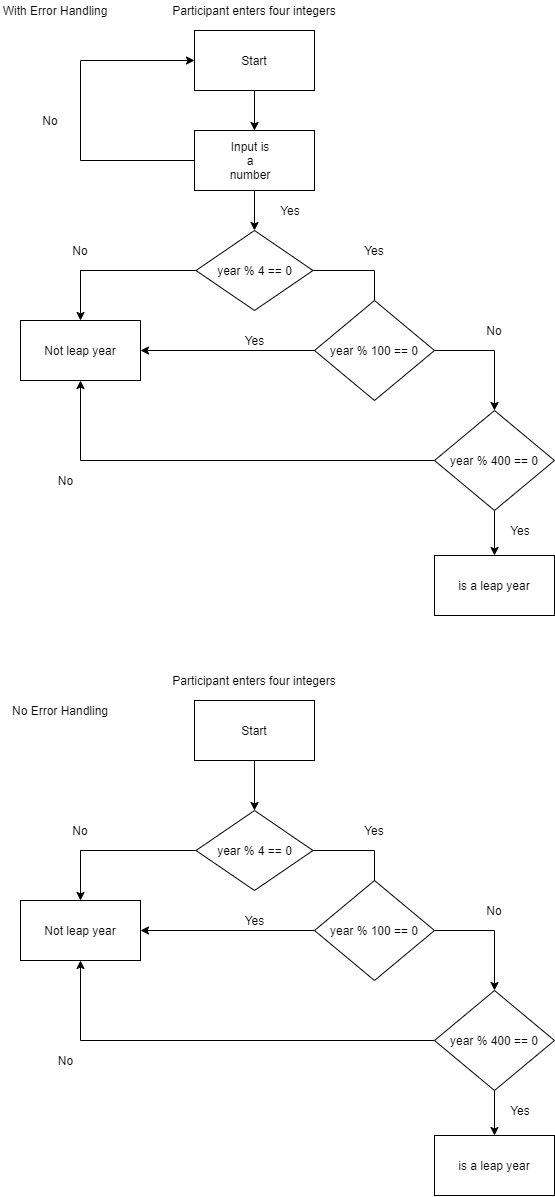
This is phillip_renaud_hw1_q4ib.png from AandBstudent/CS362-HW3, a draw.io export, as it was before one commit. Source tidied: cells renumbered, new cells last; positions are measured from the earlier drawing's top-left corner, leaving out a move shared by most shapes. The source it was exported from:
```xml
<mxGraphModel>
  <root>
    <mxCell id="0" />
    <mxCell id="1" parent="0" />
    <mxCell id="2" style="edgeStyle=orthogonalEdgeStyle;rounded=0;jettySize=auto;html=1;" parent="1" edge="1" source="4" target="26">
      <mxGeometry relative="1" as="geometry" />
    </mxCell>
    <mxCell id="3" style="edgeStyle=orthogonalEdgeStyle;rounded=0;jettySize=auto;html=1;endArrow=none;endFill=0;startArrow=classic;startFill=1;" parent="1" edge="1" source="4">
      <mxGeometry relative="1" as="geometry">
        <mxPoint x="80" y="60" as="targetPoint" />
      </mxGeometry>
    </mxCell>
    <mxCell id="4" value="Start" style="rounded=0;whiteSpace=wrap;html=1;" parent="1" vertex="1">
      <mxGeometry x="194" y="30" width="120" height="60" as="geometry" />
    </mxCell>
    <mxCell id="5" style="edgeStyle=orthogonalEdgeStyle;rounded=0;jettySize=auto;html=1;endArrow=none;endFill=0;" parent="1" edge="1" source="7">
      <mxGeometry relative="1" as="geometry">
        <mxPoint x="120" y="270" as="targetPoint" />
        <Array as="points">
          <mxPoint x="80" y="270" />
        </Array>
      </mxGeometry>
    </mxCell>
    <mxCell id="6" style="edgeStyle=orthogonalEdgeStyle;rounded=0;jettySize=auto;html=1;entryX=0.5;entryY=0;entryDx=0;entryDy=0;endArrow=none;endFill=0;" parent="1" edge="1" source="7" target="13">
      <mxGeometry relative="1" as="geometry" />
    </mxCell>
    <mxCell id="7" value="year % 4 == 0" style="rhombus;whiteSpace=wrap;html=1;" parent="1" vertex="1">
      <mxGeometry x="195.5" y="230" width="117" height="80" as="geometry" />
    </mxCell>
    <mxCell id="8" value="Not leap year" style="rounded=0;whiteSpace=wrap;html=1;" parent="1" vertex="1">
      <mxGeometry x="20" y="320" width="120" height="60" as="geometry" />
    </mxCell>
    <mxCell id="9" style="endArrow=classic;html=1;entryX=0.5;entryY=0;entryDx=0;entryDy=0;" parent="1" edge="1" target="8">
      <mxGeometry relative="1" as="geometry">
        <mxPoint x="80" y="270" as="sourcePoint" />
      </mxGeometry>
    </mxCell>
    <mxCell id="10" value="No" style="text;html=1;strokeColor=none;fillColor=none;align=center;verticalAlign=middle;whiteSpace=wrap;rounded=0;" parent="1" vertex="1">
      <mxGeometry x="60" y="240" width="40" height="20" as="geometry" />
    </mxCell>
    <mxCell id="11" style="edgeStyle=orthogonalEdgeStyle;rounded=0;jettySize=auto;html=1;endArrow=classic;endFill=1;entryX=1;entryY=0.5;entryDx=0;entryDy=0;" parent="1" edge="1" source="13" target="8">
      <mxGeometry relative="1" as="geometry">
        <Array as="points">
          <mxPoint x="140" y="350" />
        </Array>
      </mxGeometry>
    </mxCell>
    <mxCell id="12" style="edgeStyle=orthogonalEdgeStyle;rounded=0;jettySize=auto;html=1;entryX=0.5;entryY=0;entryDx=0;entryDy=0;endArrow=classic;endFill=1;" parent="1" edge="1" source="13" target="17">
      <mxGeometry relative="1" as="geometry">
        <Array as="points">
          <mxPoint x="494" y="350" />
        </Array>
      </mxGeometry>
    </mxCell>
    <mxCell id="13" value="year % 100 == 0" style="rhombus;whiteSpace=wrap;html=1;" parent="1" vertex="1">
      <mxGeometry x="314" y="300" width="120" height="100" as="geometry" />
    </mxCell>
    <mxCell id="14" value="Yes" style="text;html=1;strokeColor=none;fillColor=none;align=center;verticalAlign=middle;whiteSpace=wrap;rounded=0;" parent="1" vertex="1">
      <mxGeometry x="354" y="240" width="40" height="20" as="geometry" />
    </mxCell>
    <mxCell id="15" style="edgeStyle=orthogonalEdgeStyle;rounded=0;jettySize=auto;html=1;endArrow=classic;endFill=1;entryX=0.5;entryY=1;entryDx=0;entryDy=0;" parent="1" edge="1" source="17" target="8">
      <mxGeometry relative="1" as="geometry">
        <Array as="points">
          <mxPoint x="80" y="460" />
        </Array>
      </mxGeometry>
    </mxCell>
    <mxCell id="16" style="edgeStyle=orthogonalEdgeStyle;rounded=0;jettySize=auto;html=1;endArrow=classic;endFill=1;" parent="1" edge="1" source="17" target="19">
      <mxGeometry relative="1" as="geometry" />
    </mxCell>
    <mxCell id="17" value="year % 400 == 0" style="rhombus;whiteSpace=wrap;html=1;" parent="1" vertex="1">
      <mxGeometry x="434" y="410" width="120" height="100" as="geometry" />
    </mxCell>
    <mxCell id="18" value="No" style="text;html=1;strokeColor=none;fillColor=none;align=center;verticalAlign=middle;whiteSpace=wrap;rounded=0;" parent="1" vertex="1">
      <mxGeometry x="474" y="320" width="40" height="20" as="geometry" />
    </mxCell>
    <mxCell id="19" value="is a leap year" style="rounded=0;whiteSpace=wrap;html=1;" parent="1" vertex="1">
      <mxGeometry x="434" y="555" width="120" height="60" as="geometry" />
    </mxCell>
    <mxCell id="20" value="Yes" style="text;html=1;strokeColor=none;fillColor=none;align=center;verticalAlign=middle;whiteSpace=wrap;rounded=0;" parent="1" vertex="1">
      <mxGeometry x="500" y="520" width="40" height="20" as="geometry" />
    </mxCell>
    <mxCell id="21" value="No" style="text;html=1;align=center;verticalAlign=middle;" parent="1" vertex="1">
      <mxGeometry x="50" y="470" width="30" height="20" as="geometry" />
    </mxCell>
    <mxCell id="22" value="Yes" style="text;html=1;align=center;verticalAlign=middle;" parent="1" vertex="1">
      <mxGeometry x="234" y="330" width="40" height="20" as="geometry" />
    </mxCell>
    <mxCell id="23" value="Participant enters four integers" style="text;html=1;strokeColor=none;fillColor=none;align=center;verticalAlign=middle;whiteSpace=wrap;rounded=0;" parent="1" vertex="1">
      <mxGeometry x="166" width="176" height="20" as="geometry" />
    </mxCell>
    <mxCell id="24" style="edgeStyle=orthogonalEdgeStyle;rounded=0;jettySize=auto;html=1;" parent="1" edge="1" source="26" target="7">
      <mxGeometry relative="1" as="geometry" />
    </mxCell>
    <mxCell id="25" style="edgeStyle=orthogonalEdgeStyle;rounded=0;jettySize=auto;html=1;endArrow=none;endFill=0;" parent="1" edge="1" source="26">
      <mxGeometry relative="1" as="geometry">
        <mxPoint x="80" y="60" as="targetPoint" />
      </mxGeometry>
    </mxCell>
    <mxCell id="26" style="rounded=0;whiteSpace=wrap;html=1;" parent="1" vertex="1">
      <mxGeometry x="194" y="130" width="120" height="60" as="geometry" />
    </mxCell>
    <mxCell id="27" value="Input is a number" style="text;html=1;strokeColor=none;fillColor=none;align=center;verticalAlign=middle;whiteSpace=wrap;rounded=0;" parent="1" vertex="1">
      <mxGeometry x="230" y="150" width="40" height="20" as="geometry" />
    </mxCell>
    <mxCell id="28" value="Yes" style="text;html=1;strokeColor=none;fillColor=none;align=center;verticalAlign=middle;whiteSpace=wrap;rounded=0;" parent="1" vertex="1">
      <mxGeometry x="270" y="200" width="40" height="20" as="geometry" />
    </mxCell>
    <mxCell id="29" value="No" style="text;html=1;strokeColor=none;fillColor=none;align=center;verticalAlign=middle;whiteSpace=wrap;rounded=0;" parent="1" vertex="1">
      <mxGeometry x="30" y="110" width="40" height="20" as="geometry" />
    </mxCell>
    <mxCell id="30" style="edgeStyle=orthogonalEdgeStyle;rounded=0;jettySize=auto;html=1;entryX=0.5;entryY=0;entryDx=0;entryDy=0;" parent="1" edge="1" source="31" target="34">
      <mxGeometry relative="1" as="geometry" />
    </mxCell>
    <mxCell id="31" value="Start" style="rounded=0;whiteSpace=wrap;html=1;" parent="1" vertex="1">
      <mxGeometry x="194" y="700" width="120" height="60" as="geometry" />
    </mxCell>
    <mxCell id="32" style="edgeStyle=orthogonalEdgeStyle;rounded=0;jettySize=auto;html=1;endArrow=none;endFill=0;" parent="1" edge="1" source="34">
      <mxGeometry relative="1" as="geometry">
        <mxPoint x="120" y="850" as="targetPoint" />
        <Array as="points">
          <mxPoint x="80" y="850" />
        </Array>
      </mxGeometry>
    </mxCell>
    <mxCell id="33" style="edgeStyle=orthogonalEdgeStyle;rounded=0;jettySize=auto;html=1;entryX=0.5;entryY=0;entryDx=0;entryDy=0;endArrow=none;endFill=0;" parent="1" edge="1" source="34" target="40">
      <mxGeometry relative="1" as="geometry" />
    </mxCell>
    <mxCell id="34" value="year % 4 == 0" style="rhombus;whiteSpace=wrap;html=1;" parent="1" vertex="1">
      <mxGeometry x="195.5" y="810" width="117" height="80" as="geometry" />
    </mxCell>
    <mxCell id="35" value="Not leap year" style="rounded=0;whiteSpace=wrap;html=1;" parent="1" vertex="1">
      <mxGeometry x="20" y="900" width="120" height="60" as="geometry" />
    </mxCell>
    <mxCell id="36" style="endArrow=classic;html=1;entryX=0.5;entryY=0;entryDx=0;entryDy=0;" parent="1" edge="1" target="35">
      <mxGeometry relative="1" as="geometry">
        <mxPoint x="80" y="850" as="sourcePoint" />
      </mxGeometry>
    </mxCell>
    <mxCell id="37" value="No" style="text;html=1;strokeColor=none;fillColor=none;align=center;verticalAlign=middle;whiteSpace=wrap;rounded=0;" parent="1" vertex="1">
      <mxGeometry x="60" y="820" width="40" height="20" as="geometry" />
    </mxCell>
    <mxCell id="38" style="edgeStyle=orthogonalEdgeStyle;rounded=0;jettySize=auto;html=1;endArrow=classic;endFill=1;entryX=1;entryY=0.5;entryDx=0;entryDy=0;" parent="1" edge="1" source="40" target="35">
      <mxGeometry relative="1" as="geometry">
        <Array as="points">
          <mxPoint x="140" y="930" />
        </Array>
      </mxGeometry>
    </mxCell>
    <mxCell id="39" style="edgeStyle=orthogonalEdgeStyle;rounded=0;jettySize=auto;html=1;entryX=0.5;entryY=0;entryDx=0;entryDy=0;endArrow=classic;endFill=1;" parent="1" edge="1" source="40" target="44">
      <mxGeometry relative="1" as="geometry">
        <Array as="points">
          <mxPoint x="494" y="930" />
        </Array>
      </mxGeometry>
    </mxCell>
    <mxCell id="40" value="year % 100 == 0" style="rhombus;whiteSpace=wrap;html=1;" parent="1" vertex="1">
      <mxGeometry x="314" y="880" width="120" height="100" as="geometry" />
    </mxCell>
    <mxCell id="41" value="Yes" style="text;html=1;strokeColor=none;fillColor=none;align=center;verticalAlign=middle;whiteSpace=wrap;rounded=0;" parent="1" vertex="1">
      <mxGeometry x="354" y="820" width="40" height="20" as="geometry" />
    </mxCell>
    <mxCell id="42" style="edgeStyle=orthogonalEdgeStyle;rounded=0;jettySize=auto;html=1;endArrow=classic;endFill=1;entryX=0.5;entryY=1;entryDx=0;entryDy=0;" parent="1" edge="1" source="44" target="35">
      <mxGeometry relative="1" as="geometry">
        <Array as="points">
          <mxPoint x="80" y="1040" />
        </Array>
      </mxGeometry>
    </mxCell>
    <mxCell id="43" style="edgeStyle=orthogonalEdgeStyle;rounded=0;jettySize=auto;html=1;endArrow=classic;endFill=1;" parent="1" edge="1" source="44" target="46">
      <mxGeometry relative="1" as="geometry" />
    </mxCell>
    <mxCell id="44" value="year % 400 == 0" style="rhombus;whiteSpace=wrap;html=1;" parent="1" vertex="1">
      <mxGeometry x="434" y="990" width="120" height="100" as="geometry" />
    </mxCell>
    <mxCell id="45" value="No" style="text;html=1;strokeColor=none;fillColor=none;align=center;verticalAlign=middle;whiteSpace=wrap;rounded=0;" parent="1" vertex="1">
      <mxGeometry x="474" y="900" width="40" height="20" as="geometry" />
    </mxCell>
    <mxCell id="46" value="is a leap year" style="rounded=0;whiteSpace=wrap;html=1;" parent="1" vertex="1">
      <mxGeometry x="434" y="1135" width="120" height="60" as="geometry" />
    </mxCell>
    <mxCell id="47" value="Yes" style="text;html=1;strokeColor=none;fillColor=none;align=center;verticalAlign=middle;whiteSpace=wrap;rounded=0;" parent="1" vertex="1">
      <mxGeometry x="500" y="1100" width="40" height="20" as="geometry" />
    </mxCell>
    <mxCell id="48" value="No" style="text;html=1;align=center;verticalAlign=middle;" parent="1" vertex="1">
      <mxGeometry x="50" y="1050" width="30" height="20" as="geometry" />
    </mxCell>
    <mxCell id="49" value="Yes" style="text;html=1;align=center;verticalAlign=middle;" parent="1" vertex="1">
      <mxGeometry x="234" y="910" width="40" height="20" as="geometry" />
    </mxCell>
    <mxCell id="50" value="Participant enters four integers" style="text;html=1;strokeColor=none;fillColor=none;align=center;verticalAlign=middle;whiteSpace=wrap;rounded=0;" parent="1" vertex="1">
      <mxGeometry x="166" y="670" width="176" height="20" as="geometry" />
    </mxCell>
    <mxCell id="51" value="With Error Handling" style="text;html=1;strokeColor=none;fillColor=none;align=center;verticalAlign=middle;whiteSpace=wrap;rounded=0;" parent="1" vertex="1">
      <mxGeometry width="110" height="20" as="geometry" />
    </mxCell>
    <mxCell id="52" value="No Error Handling" style="text;html=1;strokeColor=none;fillColor=none;align=center;verticalAlign=middle;whiteSpace=wrap;rounded=0;" parent="1" vertex="1">
      <mxGeometry x="10" y="700" width="100" height="20" as="geometry" />
    </mxCell>
  </root>
</mxGraphModel>
```
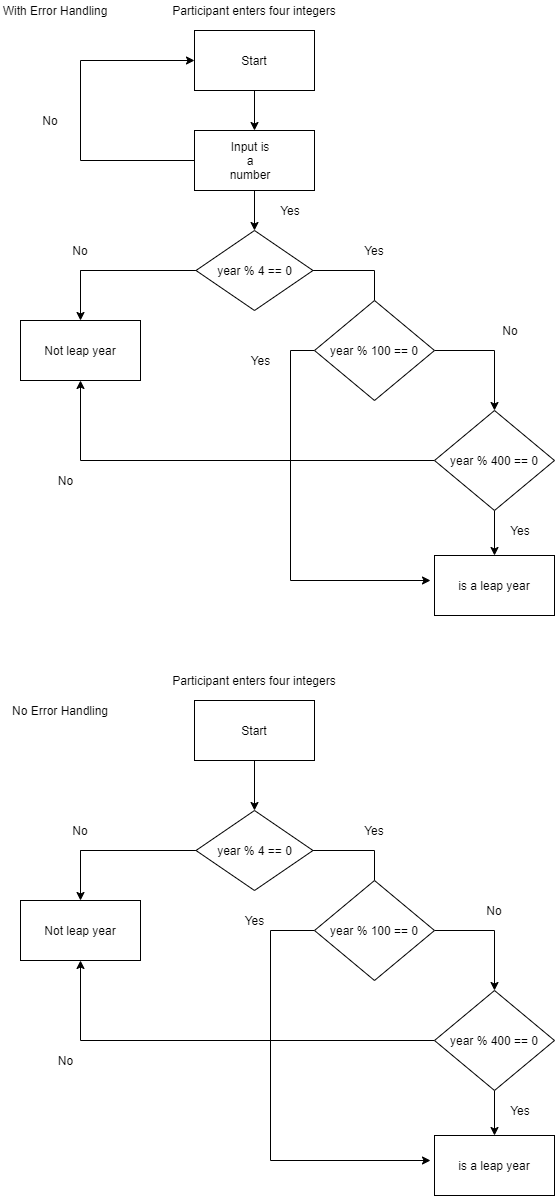
Later version of the same file.

Change to the diagram source:
```diff
@@ -38,10 +38,12 @@
     <mxCell id="10" value="No" style="text;html=1;strokeColor=none;fillColor=none;align=center;verticalAlign=middle;whiteSpace=wrap;rounded=0;" parent="1" vertex="1">
       <mxGeometry x="60" y="240" width="40" height="20" as="geometry" />
     </mxCell>
-    <mxCell id="11" style="edgeStyle=orthogonalEdgeStyle;rounded=0;jettySize=auto;html=1;endArrow=classic;endFill=1;entryX=1;entryY=0.5;entryDx=0;entryDy=0;" parent="1" edge="1" source="13" target="8">
+    <mxCell id="11" style="edgeStyle=orthogonalEdgeStyle;rounded=0;jettySize=auto;html=1;endArrow=classic;endFill=1;" parent="1" edge="1" source="13">
       <mxGeometry relative="1" as="geometry">
+        <mxPoint x="430" y="580" as="targetPoint" />
         <Array as="points">
-          <mxPoint x="140" y="350" />
+          <mxPoint x="290" y="350" />
+          <mxPoint x="290" y="580" />
         </Array>
       </mxGeometry>
     </mxCell>
@@ -72,7 +74,7 @@
       <mxGeometry x="434" y="410" width="120" height="100" as="geometry" />
     </mxCell>
     <mxCell id="18" value="No" style="text;html=1;strokeColor=none;fillColor=none;align=center;verticalAlign=middle;whiteSpace=wrap;rounded=0;" parent="1" vertex="1">
-      <mxGeometry x="474" y="320" width="40" height="20" as="geometry" />
+      <mxGeometry x="490" y="320" width="40" height="20" as="geometry" />
     </mxCell>
     <mxCell id="19" value="is a leap year" style="rounded=0;whiteSpace=wrap;html=1;" parent="1" vertex="1">
       <mxGeometry x="434" y="555" width="120" height="60" as="geometry" />
@@ -84,7 +86,7 @@
       <mxGeometry x="50" y="470" width="30" height="20" as="geometry" />
     </mxCell>
     <mxCell id="22" value="Yes" style="text;html=1;align=center;verticalAlign=middle;" parent="1" vertex="1">
-      <mxGeometry x="234" y="330" width="40" height="20" as="geometry" />
+      <mxGeometry x="240" y="350" width="40" height="20" as="geometry" />
     </mxCell>
     <mxCell id="23" value="Participant enters four integers" style="text;html=1;strokeColor=none;fillColor=none;align=center;verticalAlign=middle;whiteSpace=wrap;rounded=0;" parent="1" vertex="1">
       <mxGeometry x="166" width="176" height="20" as="geometry" />
@@ -140,10 +142,12 @@
     <mxCell id="37" value="No" style="text;html=1;strokeColor=none;fillColor=none;align=center;verticalAlign=middle;whiteSpace=wrap;rounded=0;" parent="1" vertex="1">
       <mxGeometry x="60" y="820" width="40" height="20" as="geometry" />
     </mxCell>
-    <mxCell id="38" style="edgeStyle=orthogonalEdgeStyle;rounded=0;jettySize=auto;html=1;endArrow=classic;endFill=1;entryX=1;entryY=0.5;entryDx=0;entryDy=0;" parent="1" edge="1" source="40" target="35">
+    <mxCell id="38" style="edgeStyle=orthogonalEdgeStyle;rounded=0;jettySize=auto;html=1;endArrow=classic;endFill=1;" parent="1" edge="1" source="40">
       <mxGeometry relative="1" as="geometry">
+        <mxPoint x="430" y="1160" as="targetPoint" />
         <Array as="points">
-          <mxPoint x="140" y="930" />
+          <mxPoint x="270" y="930" />
+          <mxPoint x="270" y="1160" />
         </Array>
       </mxGeometry>
     </mxCell>
```
